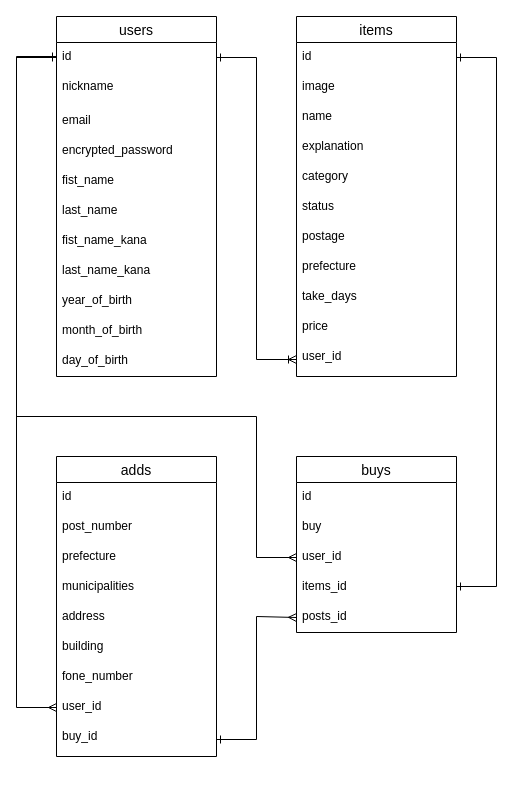
The draw.io diagram db.dio in kaytabro/furima-35915, before the edit. Source tidied: cells renumbered, new cells numbered last; positions are measured from the earlier drawing's top-left corner, leaving out a move shared by most shapes. Both pictures are drawn from the tidied source at 100%, with x=0, y=0 at pixel (16, 16).
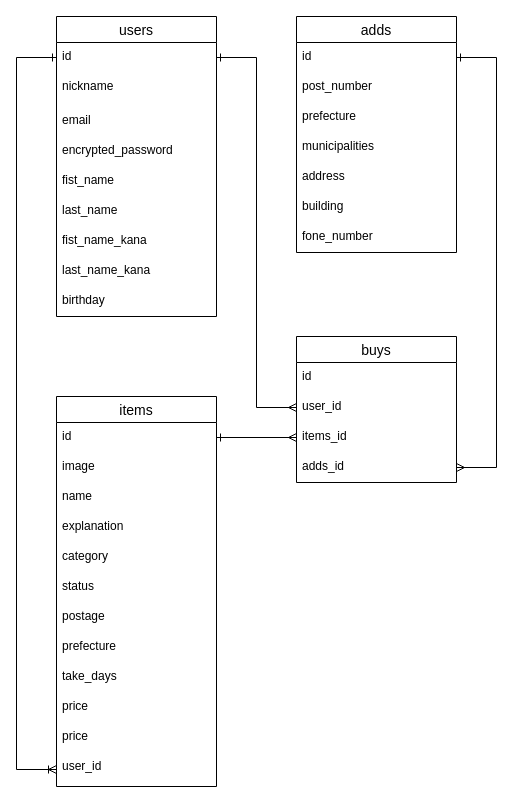
The same page after the edit.

Commit message (it also covers changes not shown here):
DB設計の修正2

Unchanged cells that the change refers to:
```xml
<mxCell id="3" value="id" style="text;strokeColor=none;fillColor=none;spacingLeft=4;spacingRight=4;overflow=hidden;points=[[0,0.5],[1,0.5]];portConstraint=eastwest;fontSize=12;" parent="2" vertex="1">
  <mxGeometry y="26" width="160" height="30" as="geometry" />
</mxCell>
<mxCell id="15" value="id" style="text;strokeColor=none;fillColor=none;spacingLeft=4;spacingRight=4;overflow=hidden;points=[[0,0.5],[1,0.5]];portConstraint=eastwest;fontSize=12;" parent="14" vertex="1">
  <mxGeometry y="26" width="160" height="30" as="geometry" />
</mxCell>
<mxCell id="34" value="id" style="text;strokeColor=none;fillColor=none;spacingLeft=4;spacingRight=4;overflow=hidden;points=[[0,0.5],[1,0.5]];portConstraint=eastwest;fontSize=12;" parent="33" vertex="1">
  <mxGeometry y="26" width="160" height="30" as="geometry" />
</mxCell>
```

Diff of the diagram source:
```diff
@@
     <mxCell id="2" value="users" style="swimlane;fontStyle=0;horizontal=1;startSize=26;align=center;fontSize=14;" parent="1" vertex="1">
-      <mxGeometry x="40" width="160" height="360" as="geometry" />
+      <mxGeometry x="40" width="160" height="300" as="geometry" />
     </mxCell>
@@
-    <mxCell id="11" value="year_of_birth" style="text;strokeColor=none;fillColor=none;spacingLeft=4;spacingRight=4;overflow=hidden;fontSize=12;" parent="2" vertex="1">
-      <mxGeometry y="270" width="160" height="30" as="geometry" />
-    </mxCell>
-    <mxCell id="12" value="month_of_birth" style="text;strokeColor=none;fillColor=none;spacingLeft=4;spacingRight=4;overflow=hidden;fontSize=12;" parent="2" vertex="1">
-      <mxGeometry y="300" width="160" height="30" as="geometry" />
-    </mxCell>
-    <mxCell id="13" value="day_of_birth" style="text;strokeColor=none;fillColor=none;spacingLeft=4;spacingRight=4;overflow=hidden;fontSize=12;" parent="2" vertex="1">
-      <mxGeometry y="330" width="160" height="30" as="geometry" />
+    <mxCell id="13" value="birthday" style="text;strokeColor=none;fillColor=none;spacingLeft=4;spacingRight=4;overflow=hidden;fontSize=12;" parent="2" vertex="1">
+      <mxGeometry y="270" width="160" height="30" as="geometry" />
     </mxCell>
     <mxCell id="14" value="items" style="swimlane;fontStyle=0;horizontal=1;startSize=26;align=center;fontSize=14;" parent="1" vertex="1">
-      <mxGeometry x="280" width="160" height="360" as="geometry" />
+      <mxGeometry x="40" y="380" width="160" height="390" as="geometry" />
     </mxCell>
@@
+    <mxCell id="47" value="price" style="text;strokeColor=none;fillColor=none;spacingLeft=4;spacingRight=4;overflow=hidden;fontSize=12;" parent="14" vertex="1">
+      <mxGeometry y="296" width="160" height="30" as="geometry" />
+    </mxCell>
     <mxCell id="24" value="price" style="text;strokeColor=none;fillColor=none;spacingLeft=4;spacingRight=4;overflow=hidden;fontSize=12;" parent="14" vertex="1">
-      <mxGeometry y="296" width="160" height="30" as="geometry" />
+      <mxGeometry y="326" width="160" height="30" as="geometry" />
     </mxCell>
     <mxCell id="25" value="user_id" style="text;strokeColor=none;fillColor=none;spacingLeft=4;spacingRight=4;overflow=hidden;points=[[0,0.5],[1,0.5]];portConstraint=eastwest;fontSize=12;" parent="14" vertex="1">
-      <mxGeometry y="326" width="160" height="34" as="geometry" />
+      <mxGeometry y="356" width="160" height="34" as="geometry" />
     </mxCell>
     <mxCell id="26" value="buys" style="swimlane;fontStyle=0;horizontal=1;startSize=26;align=center;fontSize=14;" parent="1" vertex="1">
-      <mxGeometry x="280" y="440" width="160" height="176" as="geometry" />
+      <mxGeometry x="280" y="320" width="160" height="146" as="geometry" />
     </mxCell>
@@
-    <mxCell id="28" value="buy" style="text;strokeColor=none;fillColor=none;spacingLeft=4;spacingRight=4;overflow=hidden;fontSize=12;" parent="26" vertex="1">
-      <mxGeometry y="56" width="160" height="30" as="geometry" />
-    </mxCell>
     <mxCell id="29" value="user_id&#10;" style="text;strokeColor=none;fillColor=none;spacingLeft=4;spacingRight=4;overflow=hidden;points=[[0,0.5],[1,0.5]];portConstraint=eastwest;fontSize=12;" parent="26" vertex="1">
-      <mxGeometry y="86" width="160" height="30" as="geometry" />
+      <mxGeometry y="56" width="160" height="30" as="geometry" />
     </mxCell>
     <mxCell id="30" value="items_id&#10;" style="text;strokeColor=none;fillColor=none;spacingLeft=4;spacingRight=4;overflow=hidden;points=[[0,0.5],[1,0.5]];portConstraint=eastwest;fontSize=12;" parent="26" vertex="1">
-      <mxGeometry y="116" width="160" height="30" as="geometry" />
+      <mxGeometry y="86" width="160" height="30" as="geometry" />
     </mxCell>
-    <mxCell id="31" value="posts_id" style="text;strokeColor=none;fillColor=none;spacingLeft=4;spacingRight=4;overflow=hidden;points=[[0,0.5],[1,0.5]];portConstraint=eastwest;fontSize=12;" parent="26" vertex="1">
-      <mxGeometry y="146" width="160" height="30" as="geometry" />
+    <mxCell id="31" value="adds_id" style="text;strokeColor=none;fillColor=none;spacingLeft=4;spacingRight=4;overflow=hidden;points=[[0,0.5],[1,0.5]];portConstraint=eastwest;fontSize=12;" parent="26" vertex="1">
+      <mxGeometry y="116" width="160" height="30" as="geometry" />
     </mxCell>
-    <mxCell id="32" style="edgeStyle=orthogonalEdgeStyle;rounded=0;jettySize=auto;html=1;exitX=1;exitY=0.5;exitDx=0;exitDy=0;entryX=0;entryY=0.5;entryDx=0;entryDy=0;startArrow=ERone;startFill=0;endArrow=ERoneToMany;endFill=0;" parent="1" edge="1" source="3" target="25">
-      <mxGeometry relative="1" as="geometry" />
+    <mxCell id="32" style="edgeStyle=orthogonalEdgeStyle;rounded=0;jettySize=auto;html=1;exitX=0;exitY=0.5;exitDx=0;exitDy=0;entryX=0;entryY=0.5;entryDx=0;entryDy=0;startArrow=ERone;startFill=0;endArrow=ERoneToMany;endFill=0;" parent="1" edge="1" source="3" target="25">
+      <mxGeometry relative="1" as="geometry">
+        <Array as="points">
+          <mxPoint y="41" />
+          <mxPoint y="753" />
+        </Array>
+      </mxGeometry>
     </mxCell>
     <mxCell id="33" value="adds" style="swimlane;fontStyle=0;horizontal=1;startSize=26;align=center;fontSize=14;" parent="1" vertex="1">
-      <mxGeometry x="40" y="440" width="160" height="300" as="geometry" />
+      <mxGeometry x="280" width="160" height="236" as="geometry" />
     </mxCell>
@@
-    <mxCell id="41" value="user_id&#10;" style="text;strokeColor=none;fillColor=none;spacingLeft=4;spacingRight=4;overflow=hidden;points=[[0,0.5],[1,0.5]];portConstraint=eastwest;fontSize=12;" parent="33" vertex="1">
-      <mxGeometry y="236" width="160" height="30" as="geometry" />
-    </mxCell>
-    <mxCell id="42" value="buy_id" style="text;strokeColor=none;fillColor=none;spacingLeft=4;spacingRight=4;overflow=hidden;points=[[0,0.5],[1,0.5]];portConstraint=eastwest;fontSize=12;" parent="33" vertex="1">
-      <mxGeometry y="266" width="160" height="34" as="geometry" />
-    </mxCell>
-    <mxCell id="43" style="edgeStyle=orthogonalEdgeStyle;rounded=0;jettySize=auto;html=1;exitX=1;exitY=0.5;exitDx=0;exitDy=0;startArrow=ERone;startFill=0;endArrow=ERone;endFill=0;" parent="1" edge="1" source="15">
-      <mxGeometry relative="1" as="geometry">
-        <mxPoint x="440" y="570" as="targetPoint" />
-        <Array as="points">
-          <mxPoint x="480" y="41" />
-          <mxPoint x="480" y="570" />
-          <mxPoint x="440" y="570" />
-        </Array>
-      </mxGeometry>
-    </mxCell>
-    <mxCell id="44" style="edgeStyle=orthogonalEdgeStyle;rounded=0;jettySize=auto;html=1;exitX=1;exitY=0.5;exitDx=0;exitDy=0;startArrow=ERone;startFill=0;endArrow=ERmany;endFill=0;entryX=0;entryY=0.5;entryDx=0;entryDy=0;" parent="1" edge="1" source="42" target="31">
-      <mxGeometry relative="1" as="geometry">
-        <Array as="points">
-          <mxPoint x="240" y="723" />
-          <mxPoint x="240" y="600" />
-        </Array>
-      </mxGeometry>
-    </mxCell>
-    <mxCell id="45" style="edgeStyle=orthogonalEdgeStyle;rounded=0;jettySize=auto;html=1;exitX=0;exitY=0.5;exitDx=0;exitDy=0;startArrow=ERone;startFill=0;endArrow=ERmany;endFill=0;entryX=0;entryY=0.5;entryDx=0;entryDy=0;" parent="1" edge="1" source="3" target="41">
-      <mxGeometry relative="1" as="geometry">
-        <Array as="points">
-          <mxPoint y="41" />
-          <mxPoint y="691" />
-        </Array>
-      </mxGeometry>
-    </mxCell>
-    <mxCell id="46" style="edgeStyle=orthogonalEdgeStyle;rounded=0;jettySize=auto;html=1;exitX=0;exitY=0.5;exitDx=0;exitDy=0;startArrow=ERone;startFill=0;endArrow=ERmany;endFill=0;entryX=0;entryY=0.5;entryDx=0;entryDy=0;" parent="1" edge="1" target="29">
-      <mxGeometry relative="1" as="geometry">
-        <mxPoint x="40" y="40" as="sourcePoint" />
-        <Array as="points">
-          <mxPoint y="40" />
-          <mxPoint y="400" />
-          <mxPoint x="240" y="400" />
-          <mxPoint x="240" y="541" />
-        </Array>
-      </mxGeometry>
-    </mxCell>
+    <mxCell id="48" style="edgeStyle=orthogonalEdgeStyle;rounded=0;jettySize=auto;html=1;exitX=1;exitY=0.5;exitDx=0;exitDy=0;entryX=0;entryY=0.5;entryDx=0;entryDy=0;startArrow=ERone;startFill=0;endArrow=ERmany;endFill=0;" parent="1" edge="1" source="15" target="30">
+      <mxGeometry relative="1" as="geometry" />
+    </mxCell>
+    <mxCell id="49" style="edgeStyle=orthogonalEdgeStyle;rounded=0;jettySize=auto;html=1;exitX=1;exitY=0.5;exitDx=0;exitDy=0;entryX=0;entryY=0.5;entryDx=0;entryDy=0;startArrow=ERone;startFill=0;endArrow=ERmany;endFill=0;" parent="1" edge="1" source="3" target="29">
+      <mxGeometry relative="1" as="geometry" />
+    </mxCell>
+    <mxCell id="50" style="edgeStyle=orthogonalEdgeStyle;rounded=0;jettySize=auto;html=1;exitX=1;exitY=0.5;exitDx=0;exitDy=0;entryX=1;entryY=0.5;entryDx=0;entryDy=0;startArrow=ERone;startFill=0;endArrow=ERmany;endFill=0;" parent="1" edge="1" source="34" target="31">
+      <mxGeometry relative="1" as="geometry">
+        <Array as="points">
+          <mxPoint x="480" y="41" />
+          <mxPoint x="480" y="451" />
+        </Array>
+      </mxGeometry>
+    </mxCell>
```
